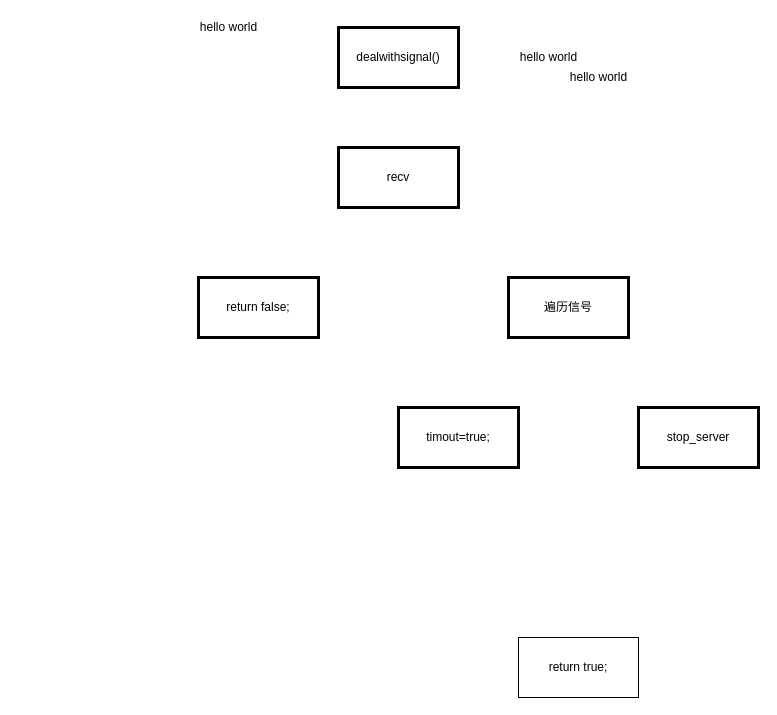
Before: note/dealwithsignal.drawio in Canwaiting/WebServer, a draw.io diagram. Source tidied: cells renumbered, new cells numbered last; positions are measured from the earlier drawing's top-left corner, leaving out a move shared by most shapes. Both pictures are drawn from the tidied source at 100%, with x=0, y=0 at pixel (188, 17).
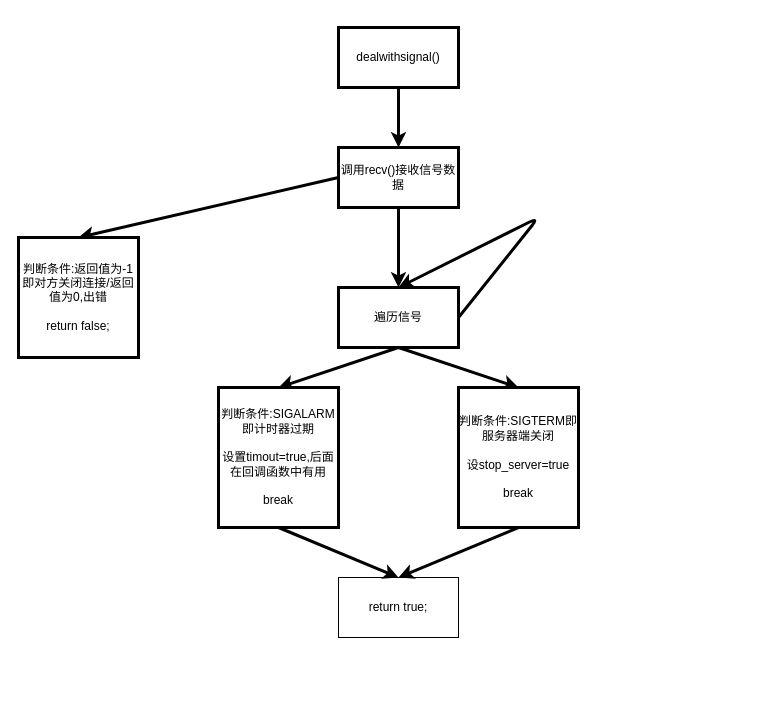
The same diagram, later.

The edit, as a diff of the source:
```diff
@@
 <mxGraphModel background="#FFFFFF">
   <root>
     <mxCell id="0" />
     <mxCell id="1" parent="0" />
+    <mxCell id="12" style="edgeStyle=none;html=1;exitX=0.5;exitY=1;exitDx=0;exitDy=0;strokeColor=#000000;strokeWidth=3;" parent="1" edge="1" source="2" target="6">
+      <mxGeometry relative="1" as="geometry" />
+    </mxCell>
     <mxCell id="2" value="dealwithsignal()" style="whiteSpace=wrap;html=1;strokeColor=#000000;strokeWidth=3;" parent="1" vertex="1">
       <mxGeometry x="150" y="10" width="120" height="60" as="geometry" />
     </mxCell>
-    <mxCell id="3" value="hello world" style="text;html=1;align=center;verticalAlign=middle;strokeColor=none;fillColor=none;fontColor=#000000;" parent="1" vertex="1">
-      <mxGeometry x="370" y="50" width="80" height="20" as="geometry" />
-    </mxCell>
-    <mxCell id="4" value="hello world" style="text;html=1;align=center;verticalAlign=middle;strokeColor=none;fillColor=none;fontColor=#000000;" parent="1" vertex="1">
-      <mxGeometry x="320" y="30" width="80" height="20" as="geometry" />
-    </mxCell>
-    <mxCell id="5" value="hello world" style="text;html=1;align=center;verticalAlign=middle;strokeColor=none;fillColor=none;fontColor=#000000;" parent="1" vertex="1">
-      <mxGeometry width="80" height="20" as="geometry" />
-    </mxCell>
+    <mxCell id="13" style="edgeStyle=none;html=1;exitX=0;exitY=0.5;exitDx=0;exitDy=0;entryX=0.5;entryY=0;entryDx=0;entryDy=0;strokeColor=#000000;strokeWidth=3;" parent="1" edge="1" source="6" target="7">
+      <mxGeometry relative="1" as="geometry" />
+    </mxCell>
+    <mxCell id="14" style="edgeStyle=none;html=1;exitX=0.5;exitY=1;exitDx=0;exitDy=0;strokeColor=#000000;strokeWidth=3;" parent="1" edge="1" source="6" target="8">
+      <mxGeometry relative="1" as="geometry" />
+    </mxCell>
-    <mxCell id="6" value="recv" style="whiteSpace=wrap;html=1;strokeColor=#000000;strokeWidth=3;" parent="1" vertex="1">
+    <mxCell id="6" value="调用recv()接收信号数据" style="whiteSpace=wrap;html=1;strokeColor=#000000;strokeWidth=3;" parent="1" vertex="1">
       <mxGeometry x="150" y="130" width="120" height="60" as="geometry" />
     </mxCell>
-    <mxCell id="7" value="return false;" style="whiteSpace=wrap;html=1;strokeColor=#000000;strokeWidth=3;" parent="1" vertex="1">
-      <mxGeometry x="10" y="260" width="120" height="60" as="geometry" />
+    <mxCell id="7" value="判断条件:返回值为-1即对方关闭连接/返回值为0,出错&lt;br&gt;&lt;br&gt;return false;" style="whiteSpace=wrap;html=1;strokeColor=#000000;strokeWidth=3;" parent="1" vertex="1">
+      <mxGeometry x="-170" y="220" width="120" height="120" as="geometry" />
     </mxCell>
+    <mxCell id="15" style="edgeStyle=none;html=1;exitX=0.5;exitY=1;exitDx=0;exitDy=0;entryX=0.5;entryY=0;entryDx=0;entryDy=0;strokeColor=#000000;strokeWidth=3;" parent="1" edge="1" source="8" target="10">
+      <mxGeometry relative="1" as="geometry" />
+    </mxCell>
+    <mxCell id="16" style="edgeStyle=none;html=1;exitX=0.5;exitY=1;exitDx=0;exitDy=0;entryX=0.5;entryY=0;entryDx=0;entryDy=0;strokeColor=#000000;strokeWidth=3;" parent="1" edge="1" source="8" target="11">
+      <mxGeometry relative="1" as="geometry" />
+    </mxCell>
     <mxCell id="8" value="遍历信号" style="whiteSpace=wrap;html=1;strokeColor=#000000;strokeWidth=3;" parent="1" vertex="1">
-      <mxGeometry x="320" y="260" width="120" height="60" as="geometry" />
+      <mxGeometry x="150" y="270" width="120" height="60" as="geometry" />
     </mxCell>
     <mxCell id="9" value="return true;" style="whiteSpace=wrap;html=1;" parent="1" vertex="1">
-      <mxGeometry x="330" y="620" width="120" height="60" as="geometry" />
+      <mxGeometry x="150" y="560" width="120" height="60" as="geometry" />
     </mxCell>
+    <mxCell id="17" style="edgeStyle=none;html=1;exitX=0.5;exitY=1;exitDx=0;exitDy=0;entryX=0.5;entryY=0;entryDx=0;entryDy=0;strokeColor=#000000;strokeWidth=3;" parent="1" edge="1" source="10" target="9">
+      <mxGeometry relative="1" as="geometry" />
+    </mxCell>
-    <mxCell id="10" value="timout=true;&lt;br&gt;" style="whiteSpace=wrap;html=1;strokeColor=#000000;strokeWidth=3;" parent="1" vertex="1">
-      <mxGeometry x="210" y="390" width="120" height="60" as="geometry" />
+    <mxCell id="10" value="判断条件:SIGALARM即计时器过期&lt;br&gt;&lt;br&gt;设置timout=true,后面在回调函数中有用&lt;br&gt;&lt;br&gt;break" style="whiteSpace=wrap;html=1;strokeColor=#000000;strokeWidth=3;" parent="1" vertex="1">
+      <mxGeometry x="30" y="370" width="120" height="140" as="geometry" />
     </mxCell>
+    <mxCell id="18" style="edgeStyle=none;html=1;exitX=0.5;exitY=1;exitDx=0;exitDy=0;entryX=0.5;entryY=0;entryDx=0;entryDy=0;strokeColor=#000000;strokeWidth=3;" parent="1" edge="1" source="11" target="9">
+      <mxGeometry relative="1" as="geometry" />
+    </mxCell>
-    <mxCell id="11" value="stop_server" style="whiteSpace=wrap;html=1;strokeColor=#000000;strokeWidth=3;" parent="1" vertex="1">
-      <mxGeometry x="450" y="390" width="120" height="60" as="geometry" />
+    <mxCell id="11" value="判断条件:SIGTERM即服务器端关闭&lt;br&gt;&lt;br&gt;设stop_server=true&lt;br&gt;&lt;br&gt;break" style="whiteSpace=wrap;html=1;strokeColor=#000000;strokeWidth=3;" parent="1" vertex="1">
+      <mxGeometry x="270" y="370" width="120" height="140" as="geometry" />
     </mxCell>
+    <mxCell id="19" style="edgeStyle=none;html=1;exitX=1;exitY=0.5;exitDx=0;exitDy=0;entryX=0.5;entryY=0;entryDx=0;entryDy=0;strokeColor=#000000;strokeWidth=3;" parent="1" edge="1" source="8" target="8">
+      <mxGeometry relative="1" as="geometry">
+        <Array as="points">
+          <mxPoint x="350" y="200" />
+        </Array>
+      </mxGeometry>
+    </mxCell>
   </root>
 </mxGraphModel>
```
